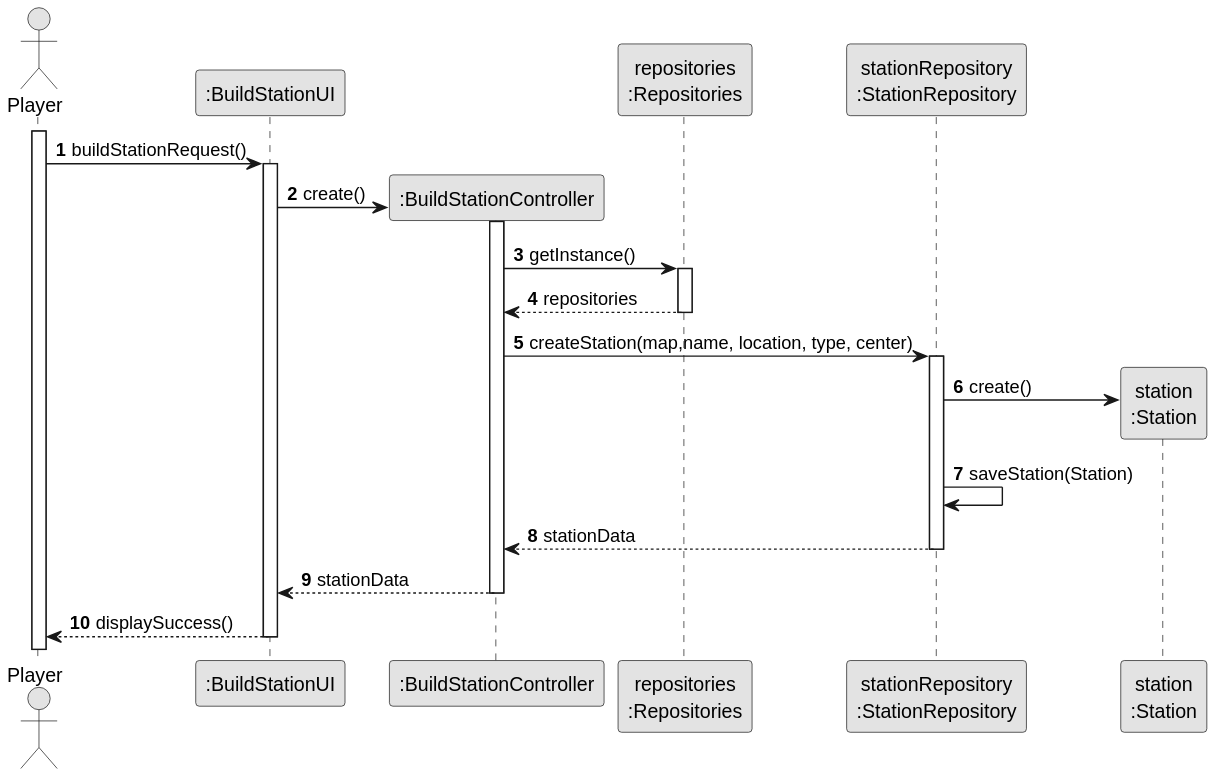
This is docs/system-documentation/US005/03.design/svg/US005-SD-createAndSuccess.svg from goncalolopesp/sem2-pi-24.25-g093-repo, a PlantUML export, as it was before one commit.
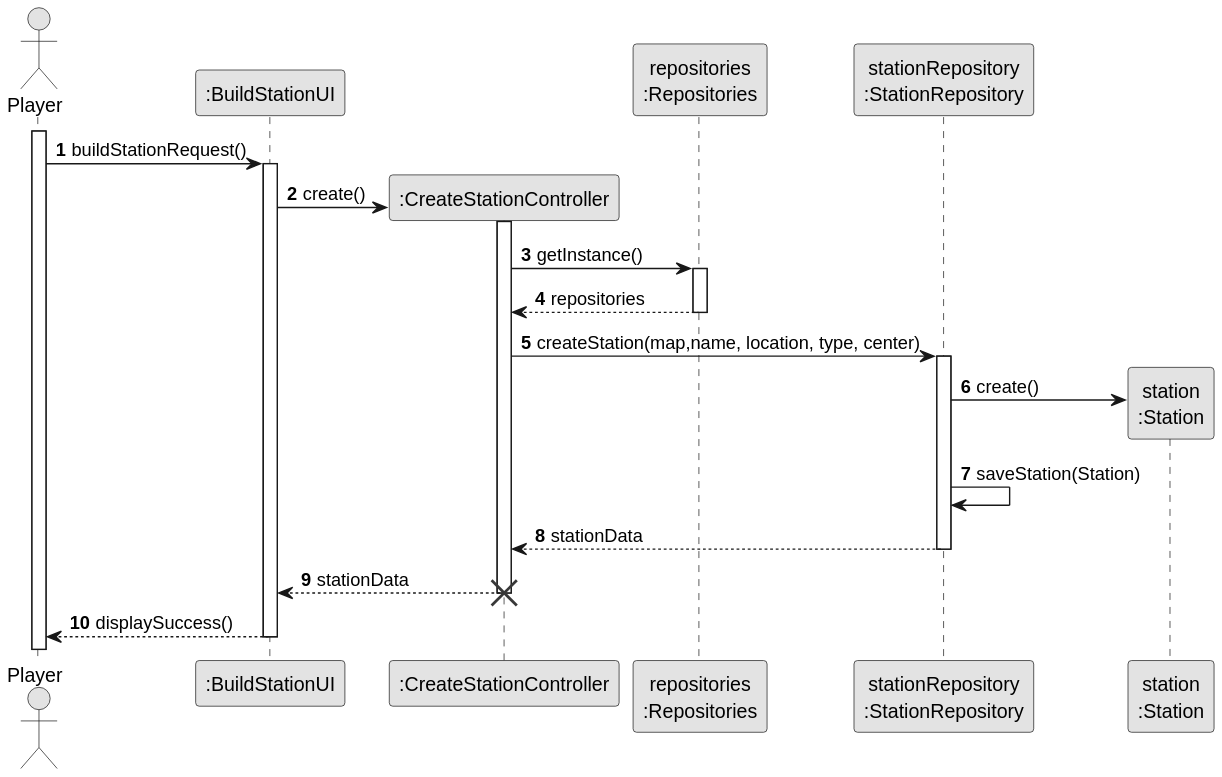
The same file after the commit.

Diff of the diagram source:
```diff
@@ -11,7 +11,7 @@
 activate Player
 Player -> BuildUI : buildStationRequest()
 activate BuildUI
-create ":BuildStationController" as BuildController
+create ":CreateStationController" as BuildController
 BuildUI -> BuildController : create()
 activate BuildController
 participant "repositories\n:Repositories" as Repositories
@@ -32,6 +32,7 @@
 
 BuildController --> BuildUI : stationData
 deactivate BuildController
+destroy BuildController
 
 BuildUI --> Player : displaySuccess()
 deactivate BuildUI
```
